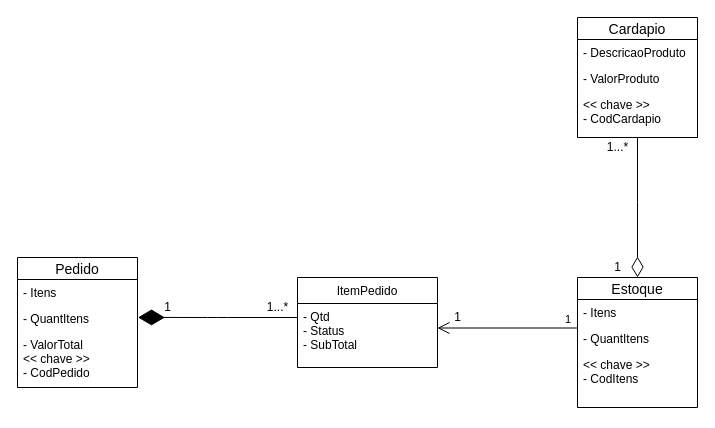
Darienzo08/ope_ads keeps this draw.io diagram as docs/ARTEFATOS(15-23)/COZINHA/Modelo_Conceitual_COZINHA.drawio. Above is the earlier version. Source tidied: cells renumbered, new cells numbered last; positions are measured from the earlier drawing's top-left corner, leaving out a move shared by most shapes. Both pictures are drawn from the tidied source at 100%, with x=0, y=0 at pixel (17, 17).
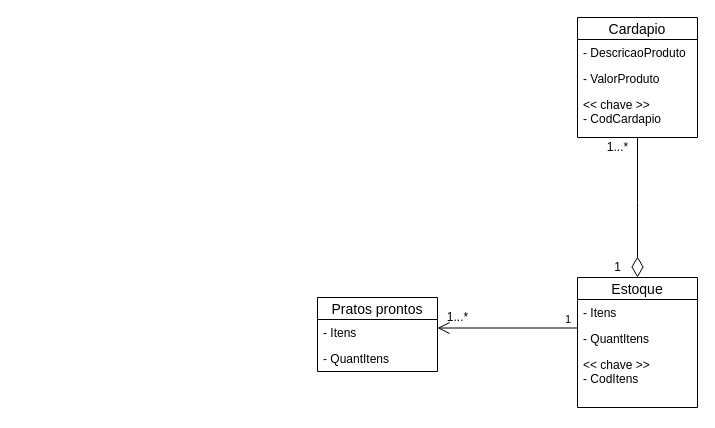
Above is the later version.

Commit message (it also covers changes not shown here):
alterações na cozinha

The edit, as a diff of the source:
```diff
@@
-    <mxCell id="2" value="1" style="endArrow=open;html=1;endSize=10;startArrow=none;startSize=14;startFill=0;edgeStyle=orthogonalEdgeStyle;align=left;verticalAlign=bottom;exitX=0;exitY=0.594;exitDx=0;exitDy=0;exitPerimeter=0;spacing=2;spacingLeft=6;" parent="1" edge="1" target="14">
+    <mxCell id="2" value="1" style="endArrow=open;html=1;endSize=10;startArrow=none;startSize=14;startFill=0;edgeStyle=orthogonalEdgeStyle;align=left;verticalAlign=bottom;exitX=0;exitY=0.594;exitDx=0;exitDy=0;exitPerimeter=0;spacing=2;spacingLeft=6;" parent="1" edge="1">
       <mxGeometry x="-0.71" relative="1" as="geometry">
         <mxPoint x="560" y="310.5" as="sourcePoint" />
+        <mxPoint x="420" y="310.5" as="targetPoint" />
         <Array as="points">
           <mxPoint x="560" y="310" />
         </Array>
       </mxGeometry>
     </mxCell>
-    <mxCell id="3" value="Pedido" style="swimlane;fontStyle=0;horizontal=1;startSize=22;align=center;fontSize=14;" parent="1" vertex="1">
-      <mxGeometry y="240" width="120" height="130" as="geometry" />
-    </mxCell>
-    <mxCell id="4" value="- Itens" style="text;strokeColor=none;fillColor=none;spacingLeft=4;spacingRight=4;overflow=hidden;fontSize=12;" parent="3" vertex="1">
-      <mxGeometry y="22" width="120" height="26" as="geometry" />
-    </mxCell>
-    <mxCell id="5" value="- QuantItens" style="text;strokeColor=none;fillColor=none;spacingLeft=4;spacingRight=4;overflow=hidden;points=[[0,0.5],[1,0.5]];portConstraint=eastwest;fontSize=12;" parent="3" vertex="1">
-      <mxGeometry y="48" width="120" height="26" as="geometry" />
-    </mxCell>
-    <mxCell id="6" value="- ValorTotal&#10;&lt;&lt; chave &gt;&gt;&#10;- CodPedido" style="text;strokeColor=none;fillColor=none;spacingLeft=4;spacingRight=4;overflow=hidden;fontSize=12;" parent="3" vertex="1">
-      <mxGeometry y="74" width="120" height="56" as="geometry" />
-    </mxCell>
@@
-    <mxCell id="12" style="endArrow=diamondThin;endFill=1;endSize=24;html=1;entryX=1.004;entryY=0.459;entryDx=0;entryDy=0;entryPerimeter=0;exitX=0.001;exitY=0.219;exitDx=0;exitDy=0;exitPerimeter=0;" parent="1" edge="1" source="14" target="5">
-      <mxGeometry relative="1" as="geometry">
-        <Array as="points">
-          <mxPoint x="200" y="300" />
-        </Array>
-      </mxGeometry>
-    </mxCell>
-    <mxCell id="13" value="ItemPedido" style="swimlane;fontStyle=0;horizontal=1;startSize=26;fillColor=none;" parent="1" vertex="1">
-      <mxGeometry x="280" y="260" width="140" height="90" as="geometry" />
-    </mxCell>
-    <mxCell id="14" value="- Qtd&#10;- Status&#10;- SubTotal" style="text;strokeColor=none;fillColor=none;align=left;verticalAlign=top;spacingLeft=4;spacingRight=4;overflow=hidden;points=[[0,0.5],[1,0.5]];portConstraint=eastwest;" parent="13" vertex="1">
-      <mxGeometry y="26" width="140" height="64" as="geometry" />
-    </mxCell>
-    <mxCell id="15" value="1" style="text;html=1;align=center;verticalAlign=middle;" parent="1" vertex="1">
-      <mxGeometry x="430" y="290" width="20" height="20" as="geometry" />
+    <mxCell id="15" value="1...*" style="text;html=1;align=center;verticalAlign=middle;" parent="1" vertex="1">
+      <mxGeometry x="420" y="290" width="40" height="20" as="geometry" />
     </mxCell>
-    <mxCell id="16" value="1" style="text;html=1;align=center;verticalAlign=middle;" parent="1" vertex="1">
-      <mxGeometry x="140" y="280" width="20" height="20" as="geometry" />
-    </mxCell>
-    <mxCell id="17" value="1...*" style="text;html=1;align=center;verticalAlign=middle;" parent="1" vertex="1">
-      <mxGeometry x="240" y="280" width="40" height="20" as="geometry" />
-    </mxCell>
@@
+    <mxCell id="3" value="Pratos prontos" style="swimlane;fontStyle=0;horizontal=1;startSize=22;align=center;fontSize=14;" parent="1" vertex="1">
+      <mxGeometry x="300" y="280" width="120" height="74" as="geometry" />
+    </mxCell>
+    <mxCell id="4" value="- Itens" style="text;strokeColor=none;fillColor=none;spacingLeft=4;spacingRight=4;overflow=hidden;fontSize=12;" parent="3" vertex="1">
+      <mxGeometry y="22" width="120" height="26" as="geometry" />
+    </mxCell>
+    <mxCell id="5" value="- QuantItens" style="text;strokeColor=none;fillColor=none;spacingLeft=4;spacingRight=4;overflow=hidden;points=[[0,0.5],[1,0.5]];portConstraint=eastwest;fontSize=12;" parent="3" vertex="1">
+      <mxGeometry y="48" width="120" height="26" as="geometry" />
+    </mxCell>
```
